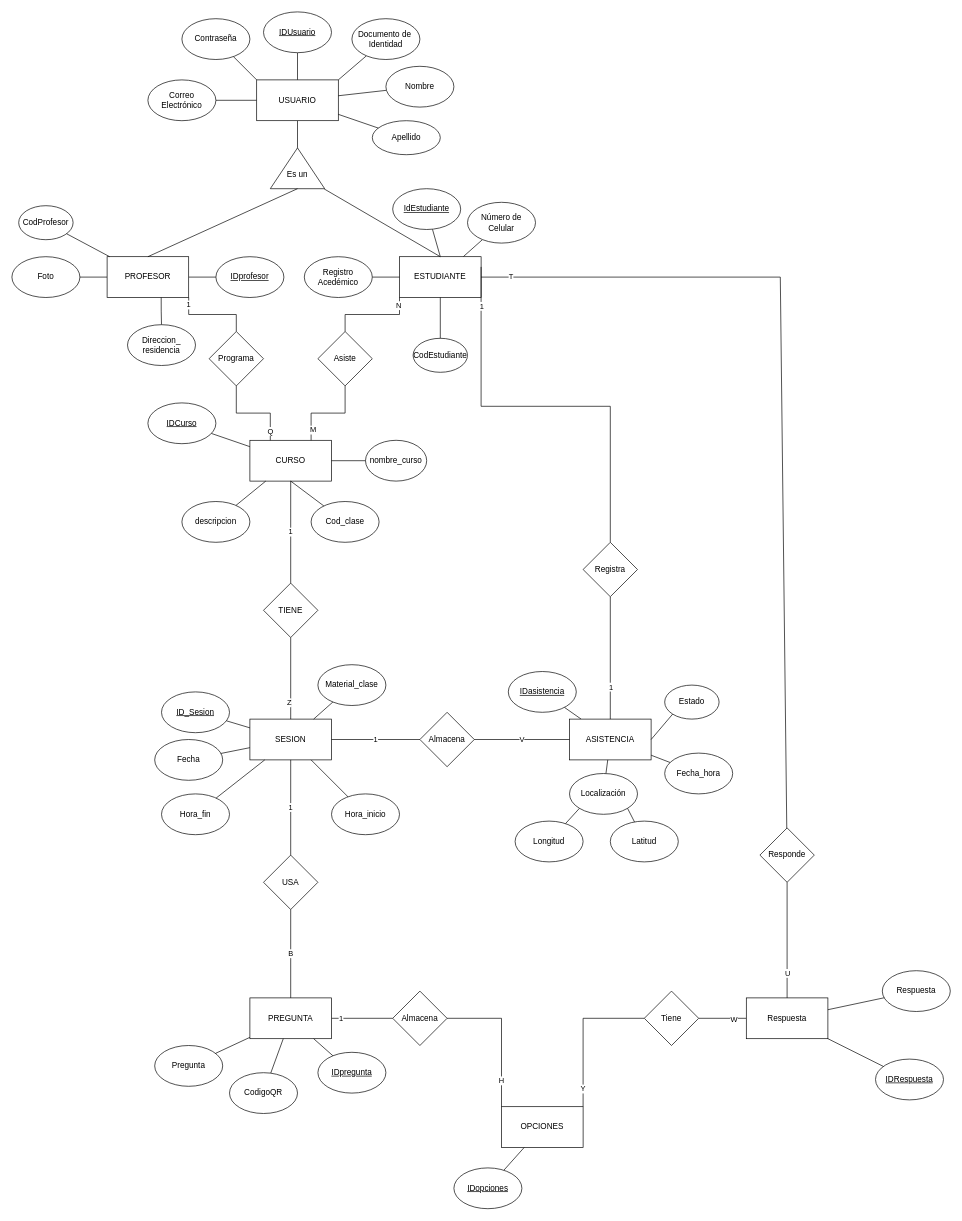
Earlier version of the draw.io diagram Attenzio Entidad-Relación_02.drawio (18luisc/Attenzio). Source tidied: cells renumbered, new cells numbered last; positions are measured from the earlier drawing's top-left corner, leaving out a move shared by most shapes. Both pictures are drawn from the tidied source at 68%, with x=0, y=0 at pixel (12, 12).
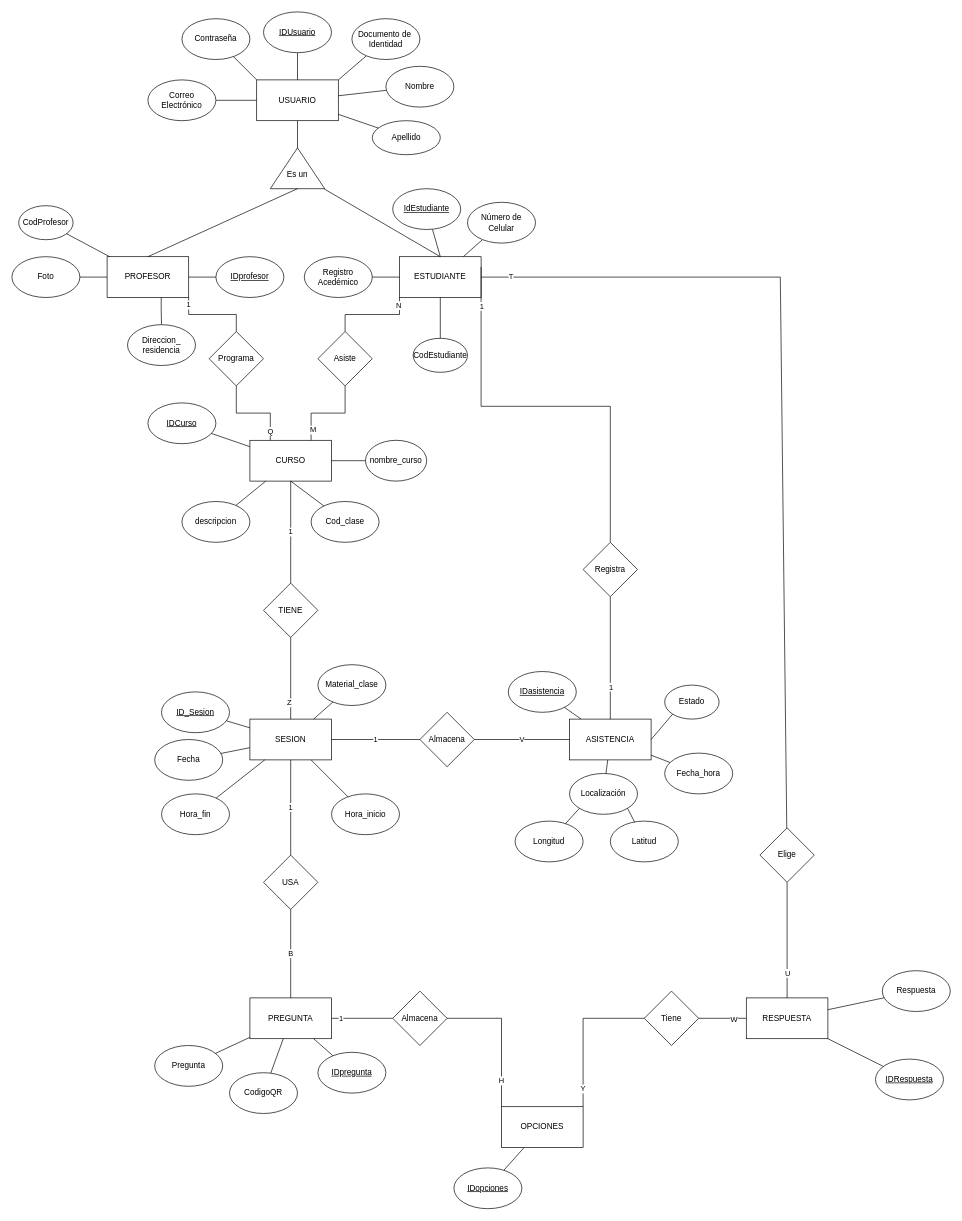
The same page after the edit.

Commit message:
Corrección nombre de relaciones

The edit, as a diff of the source:
```diff
@@
-    <mxCell id="72" value="Responde" style="rhombus;whiteSpace=wrap;html=1;" parent="1" vertex="1">
+    <mxCell id="72" value="Elige" style="rhombus;whiteSpace=wrap;html=1;" parent="1" vertex="1">
       <mxGeometry x="1100" y="1200" width="80" height="80" as="geometry" />
     </mxCell>
@@
-    <mxCell id="102" value="Respuesta" style="rounded=0;whiteSpace=wrap;html=1;" parent="1" vertex="1">
+    <mxCell id="102" value="RESPUESTA" style="rounded=0;whiteSpace=wrap;html=1;" parent="1" vertex="1">
       <mxGeometry x="1080" y="1450" width="120" height="60" as="geometry" />
     </mxCell>
```
